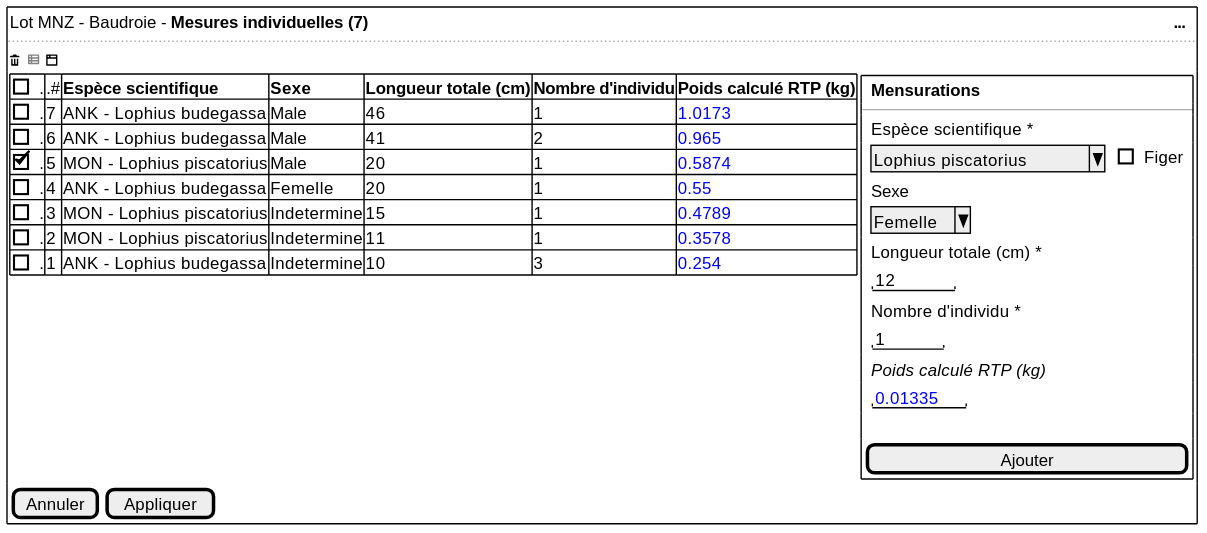
Above: projects/common/spe/images/individual-measures.svg in sumaris-net/sumaris-doc (PlantUML), before the change.
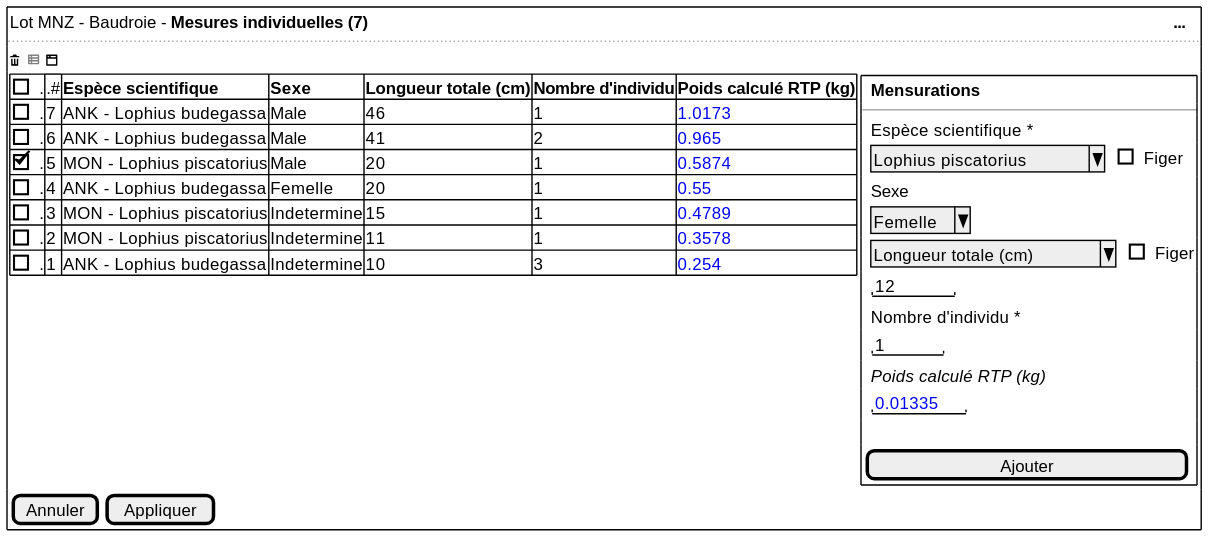
The same file after the commit.

Change to the diagram source:
```diff
@@ -26,7 +26,7 @@
         { | . | Sexe  | . }
         { | . | ^Femelle^  }
 
-        { | . | Longueur totale (cm) * | .  }
+        { | . | ^Longueur totale (cm)^ | .  | [ ] Figer }
         { | . | "   12  "  }
 
         { | . | Nombre d'individu * | .  }
```
